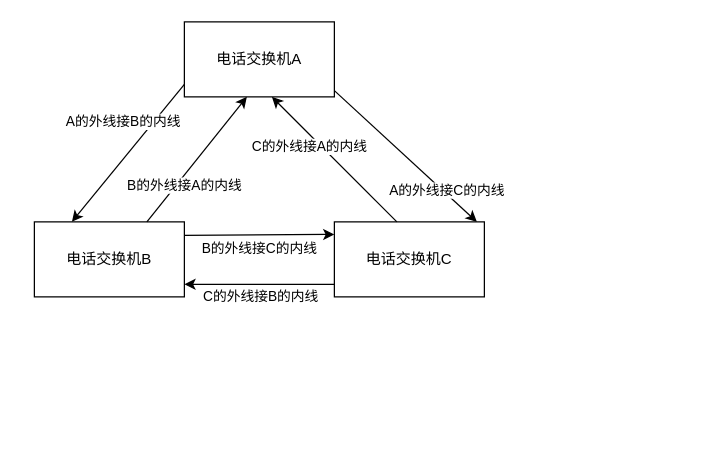
Before: Pictures/未命名绘图.drawio in jiaong/image, a draw.io diagram. Source tidied: cells renumbered, new cells numbered last; positions are measured from the earlier drawing's top-left corner, leaving out a move shared by most shapes. Both pictures are drawn from the tidied source at 125%, with x=0, y=0 at pixel (34, 21).
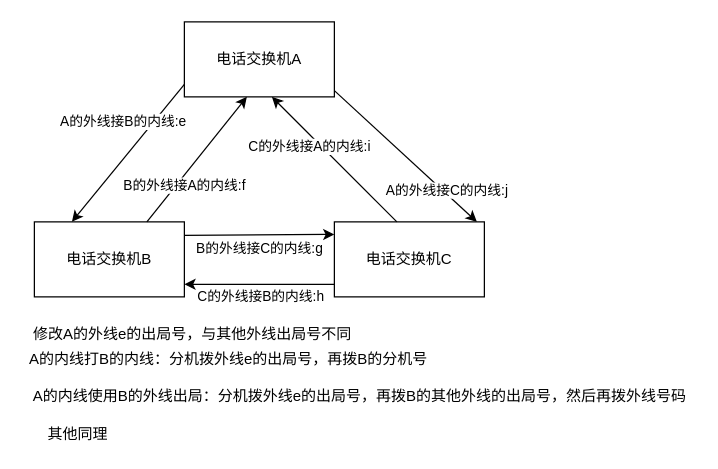
The same page after the edit.

Commit message:
电话交换机串联.drawio

The change refers to these unchanged cells:
```xml
<mxCell id="5" style="endArrow=classic;html=1;entryX=0.25;entryY=0;entryDx=0;entryDy=0;" parent="1" edge="1" target="2">
  <mxGeometry relative="1" as="geometry">
    <mxPoint x="120" y="50" as="sourcePoint" />
  </mxGeometry>
</mxCell>
<mxCell id="7" style="endArrow=classic;html=1;" parent="1" edge="1">
  <mxGeometry relative="1" as="geometry">
    <mxPoint x="90" y="160" as="sourcePoint" />
    <mxPoint x="170" y="60" as="targetPoint" />
  </mxGeometry>
</mxCell>
<mxCell id="9" style="endArrow=classic;html=1;" parent="1" edge="1">
  <mxGeometry relative="1" as="geometry">
    <mxPoint x="240" y="55" as="sourcePoint" />
    <mxPoint x="354" y="160" as="targetPoint" />
  </mxGeometry>
</mxCell>
<mxCell id="11" style="endArrow=classic;html=1;" parent="1" edge="1">
  <mxGeometry relative="1" as="geometry">
    <mxPoint x="290" y="160" as="sourcePoint" />
    <mxPoint x="190" y="60" as="targetPoint" />
  </mxGeometry>
</mxCell>
<mxCell id="13" style="endArrow=classic;html=1;exitX=0.999;exitY=0.181;exitDx=0;exitDy=0;exitPerimeter=0;" parent="1" edge="1" source="2">
  <mxGeometry relative="1" as="geometry">
    <mxPoint x="240" y="170" as="targetPoint" />
  </mxGeometry>
</mxCell>
<mxCell id="15" style="endArrow=classic;html=1;entryX=1;entryY=0.833;entryDx=0;entryDy=0;entryPerimeter=0;" parent="1" edge="1" target="2">
  <mxGeometry relative="1" as="geometry">
    <mxPoint x="240" y="210" as="sourcePoint" />
  </mxGeometry>
</mxCell>
```

The edit, as a diff of the source:
```diff
@@
-    <mxCell id="6" value="A的外线接B的内线" style="edgeLabel;html=1;align=center;verticalAlign=middle;rotation=0;fontStyle=0;" parent="5" vertex="1">
+    <mxCell id="6" value="A的外线接B的内线:e" style="edgeLabel;html=1;align=center;verticalAlign=middle;rotation=0;fontStyle=0;" parent="5" vertex="1">
       <mxGeometry relative="1" as="geometry">
         <mxPoint x="-5" y="-25" as="offset" />
       </mxGeometry>
     </mxCell>
@@
-    <mxCell id="8" value="B的外线接A的内线" style="edgeLabel;html=1;align=center;verticalAlign=middle;" parent="7" vertex="1">
+    <mxCell id="8" value="B的外线接A的内线:f" style="edgeLabel;html=1;align=center;verticalAlign=middle;" parent="7" vertex="1">
       <mxGeometry relative="1" as="geometry">
         <mxPoint x="-10" y="20" as="offset" />
       </mxGeometry>
     </mxCell>
@@
-    <mxCell id="10" value="A的外线接C的内线" style="edgeLabel;html=1;align=center;verticalAlign=middle;" parent="9" vertex="1">
+    <mxCell id="10" value="A的外线接C的内线:j" style="edgeLabel;html=1;align=center;verticalAlign=middle;" parent="9" vertex="1">
       <mxGeometry relative="1" as="geometry">
         <mxPoint x="33" y="27" as="offset" />
       </mxGeometry>
     </mxCell>
@@
-    <mxCell id="12" value="C的外线接A的内线" style="edgeLabel;html=1;align=center;verticalAlign=middle;" parent="11" vertex="1">
+    <mxCell id="12" value="C的外线接A的内线:i" style="edgeLabel;html=1;align=center;verticalAlign=middle;" parent="11" vertex="1">
       <mxGeometry relative="1" as="geometry">
         <mxPoint x="-20" y="-10" as="offset" />
       </mxGeometry>
     </mxCell>
@@
-    <mxCell id="14" value="B的外线接C的内线" style="edgeLabel;html=1;align=center;verticalAlign=middle;" parent="13" vertex="1">
+    <mxCell id="14" value="B的外线接C的内线:g" style="edgeLabel;html=1;align=center;verticalAlign=middle;" parent="13" vertex="1">
       <mxGeometry relative="1" as="geometry">
         <mxPoint y="10" as="offset" />
       </mxGeometry>
     </mxCell>
@@
-    <mxCell id="16" value="C的外线接B的内线" style="edgeLabel;html=1;align=center;verticalAlign=middle;" parent="15" vertex="1">
+    <mxCell id="16" value="C的外线接B的内线:h" style="edgeLabel;html=1;align=center;verticalAlign=middle;" parent="15" vertex="1">
       <mxGeometry relative="1" as="geometry">
         <mxPoint y="10" as="offset" />
       </mxGeometry>
     </mxCell>
+    <mxCell id="17" value="A的内线打B的内线：分机拨外线e的出局号，再拨B的分机号" style="text;html=1;align=center;verticalAlign=middle;strokeColor=none;" parent="1" vertex="1">
+      <mxGeometry x="-10" y="260" width="330" height="20" as="geometry" />
+    </mxCell>
+    <mxCell id="18" value="A的内线使用B的外线出局：分机拨外线e的出局号，再拨B的其他外线的出局号，然后再拨外线号码" style="text;html=1;align=center;verticalAlign=middle;strokeColor=none;" parent="1" vertex="1">
+      <mxGeometry x="-10" y="290" width="540" height="20" as="geometry" />
+    </mxCell>
+    <mxCell id="19" value="其他同理" style="text;html=1;strokeColor=none;fillColor=none;align=center;verticalAlign=middle;whiteSpace=wrap;rounded=0;sketch=0;" parent="1" vertex="1">
+      <mxGeometry x="-10" y="320" width="90" height="20" as="geometry" />
+    </mxCell>
+    <mxCell id="20" value="&amp;nbsp;修改A的外线e的出局号，与其他外线出局号不同" style="text;html=1;strokeColor=none;fillColor=none;align=center;verticalAlign=middle;whiteSpace=wrap;rounded=0;sketch=0;" parent="1" vertex="1">
+      <mxGeometry x="-10" y="240" width="270" height="20" as="geometry" />
+    </mxCell>
```
